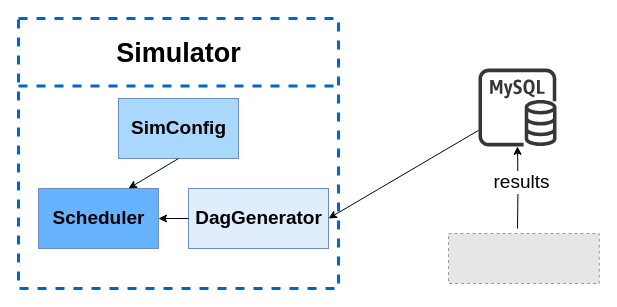
Above: page "Page-43" (41 of 41) of resources/drawio/Untitled Diagram.drawio in linkins1/MyNoteBooks (draw.io), before the change. Source tidied: cells renumbered, new cells numbered last; positions are measured from the earlier drawing's top-left corner, leaving out a move shared by most shapes. Both pictures are drawn from the tidied source at 100%, with x=0, y=0 at pixel (18, 18). Pictures stored in the file or linked from it are replaced by grey dashed boxes.
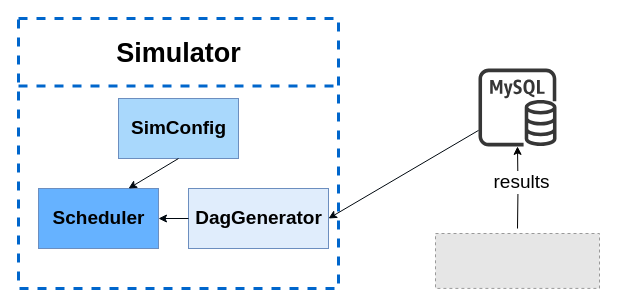
The same page after the edit.

The edit, as a diff of the source:
```diff
@@
 <mxGraphModel>
   <root>
     <mxCell id="0" />
     <mxCell id="1" parent="0" />
     <mxCell id="2" style="rounded=0;whiteSpace=wrap;html=1;fontSize=19;strokeColor=#0066CC;strokeWidth=3;dashed=1;" parent="1" vertex="1">
       <mxGeometry width="320" height="270" as="geometry" />
     </mxCell>
     <mxCell id="3" style="sketch=0;outlineConnect=0;fontColor=#333333;fillColor=#363636;strokeColor=#666666;dashed=0;verticalLabelPosition=bottom;verticalAlign=top;align=center;html=1;fontSize=12;fontStyle=0;shape=mxgraph.aws4.rds_mysql_instance;" parent="1" vertex="1">
       <mxGeometry x="460" y="50" width="78" height="78" as="geometry" />
     </mxCell>
     <mxCell id="4" style="edgeStyle=orthogonalEdgeStyle;rounded=0;jettySize=auto;html=1;fontSize=19;fontColor=#000000;strokeColor=#000000;strokeWidth=1;" parent="1" edge="1" target="3">
       <mxGeometry relative="1" as="geometry">
         <mxPoint x="499" y="210" as="sourcePoint" />
       </mxGeometry>
     </mxCell>
     <mxCell id="5" value="results" style="edgeLabel;html=1;align=center;verticalAlign=middle;fontSize=19;fontColor=#000000;" parent="4" vertex="1">
       <mxGeometry x="0.13" y="-3" relative="1" as="geometry" />
     </mxCell>
     <mxCell id="6" style="rounded=0;whiteSpace=wrap;html=1;fontSize=19;strokeColor=#6c8ebf;fillColor=#E0EDFC;" parent="1" vertex="1">
       <mxGeometry x="170" y="170" width="140" height="60" as="geometry" />
     </mxCell>
     <mxCell id="7" style="rounded=0;whiteSpace=wrap;html=1;fontSize=19;strokeColor=#6c8ebf;fillColor=#66B2FF;" parent="1" vertex="1">
       <mxGeometry x="20" y="170" width="120" height="60" as="geometry" />
     </mxCell>
     <mxCell id="8" value="&lt;b&gt;DagGenerator&lt;/b&gt;" style="text;html=1;align=center;verticalAlign=middle;strokeColor=none;fillColor=none;fontSize=19;fontColor=#000000;" parent="1" vertex="1">
       <mxGeometry x="170" y="185" width="140" height="30" as="geometry" />
     </mxCell>
     <mxCell id="9" value="&lt;b&gt;Scheduler&lt;/b&gt;" style="text;html=1;align=center;verticalAlign=middle;strokeColor=none;fillColor=none;fontSize=19;fontColor=#000000;" parent="1" vertex="1">
       <mxGeometry x="25" y="185" width="110" height="30" as="geometry" />
     </mxCell>
     <mxCell id="10" style="rounded=0;whiteSpace=wrap;html=1;fontSize=19;strokeColor=#6c8ebf;fillColor=#A9D8FC;" parent="1" vertex="1">
       <mxGeometry x="100" y="80" width="120" height="60" as="geometry" />
     </mxCell>
     <mxCell id="11" value="&lt;b&gt;SimConfig&lt;/b&gt;" style="text;html=1;align=center;verticalAlign=middle;strokeColor=none;fillColor=none;fontSize=19;fontColor=#000000;" parent="1" vertex="1">
       <mxGeometry x="105" y="95" width="110" height="30" as="geometry" />
     </mxCell>
     <mxCell id="12" value="&lt;b&gt;&lt;font style=&quot;font-size: 27px&quot;&gt;Simulator&lt;/font&gt;&lt;/b&gt;" style="text;html=1;align=center;verticalAlign=middle;strokeColor=none;fillColor=none;fontSize=19;fontColor=#000000;" parent="1" vertex="1">
       <mxGeometry x="90" y="20" width="140" height="30" as="geometry" />
     </mxCell>
     <mxCell id="13" style="endArrow=none;html=1;rounded=0;fontSize=25;fontColor=#000000;strokeColor=#0066CC;strokeWidth=3;exitX=0;exitY=0.25;exitDx=0;exitDy=0;entryX=1;entryY=0.25;entryDx=0;entryDy=0;fillColor=#dae8fc;dashed=1;" parent="1" edge="1" source="2" target="2">
       <mxGeometry relative="1" as="geometry" />
     </mxCell>
     <mxCell id="14" style="endArrow=classic;html=1;rounded=0;fontSize=27;fontColor=#000000;strokeColor=#00080F;strokeWidth=1;entryX=1;entryY=0.5;entryDx=0;entryDy=0;" parent="1" edge="1" source="3" target="6">
       <mxGeometry relative="1" as="geometry" />
     </mxCell>
     <mxCell id="15" style="endArrow=classic;html=1;rounded=0;fontSize=27;fontColor=#000000;strokeColor=#00080F;strokeWidth=1;entryX=1;entryY=0.5;entryDx=0;entryDy=0;exitX=0;exitY=0.5;exitDx=0;exitDy=0;" parent="1" edge="1" source="6" target="7">
       <mxGeometry relative="1" as="geometry" />
     </mxCell>
     <mxCell id="16" style="endArrow=classic;html=1;rounded=0;fontSize=27;fontColor=#000000;strokeColor=#00080F;strokeWidth=1;entryX=0.75;entryY=0;entryDx=0;entryDy=0;exitX=0.5;exitY=1;exitDx=0;exitDy=0;" parent="1" edge="1" source="10" target="7">
       <mxGeometry relative="1" as="geometry" />
     </mxCell>
-    <mxCell id="17" style="fillColor=#E6E6E6;strokeColor=#999999;dashed=1;verticalLabelPosition=bottom;verticalAlign=top;fontSize=27;fontColor=#000000;" parent="1" vertex="1">
-      <mxGeometry x="430" y="215" width="150.8" height="50" as="geometry" />
-    </mxCell>
+    <mxCell id="18" style="fillColor=#E6E6E6;strokeColor=#999999;dashed=1;verticalLabelPosition=bottom;verticalAlign=top;fontSize=27;fontColor=#000000;" parent="1" vertex="1">
+      <mxGeometry x="417" y="215" width="164" height="54.9" as="geometry" />
+    </mxCell>
   </root>
 </mxGraphModel>
```
